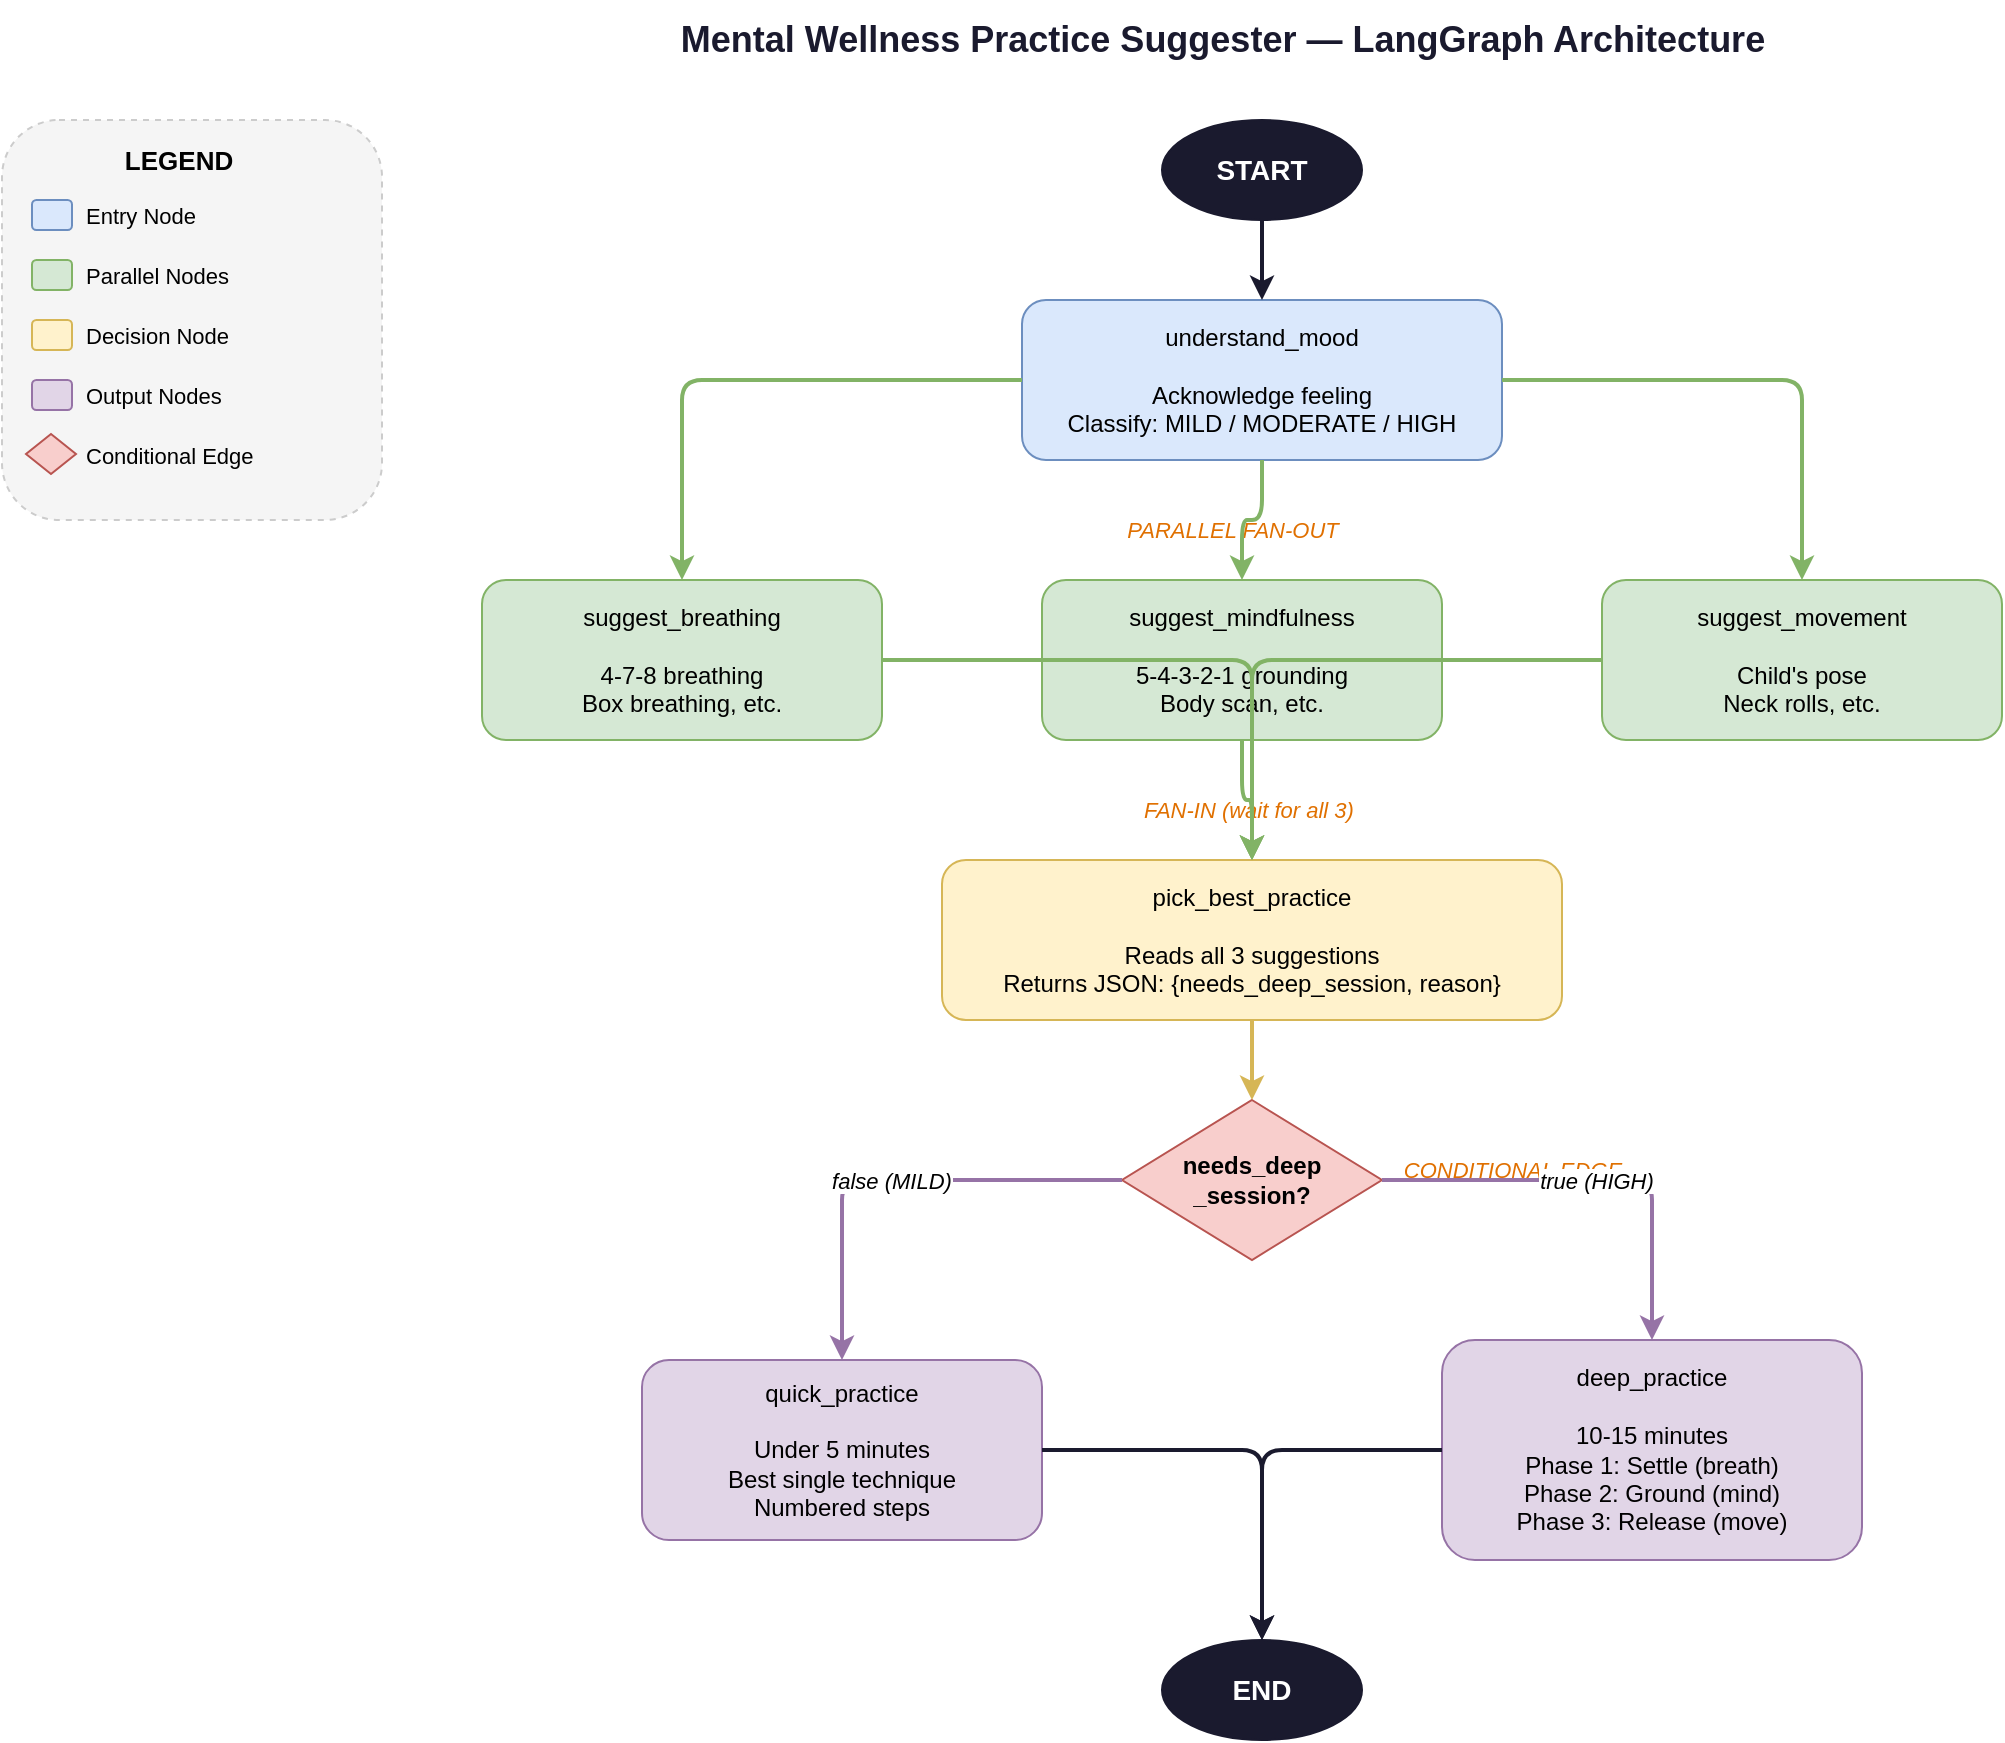
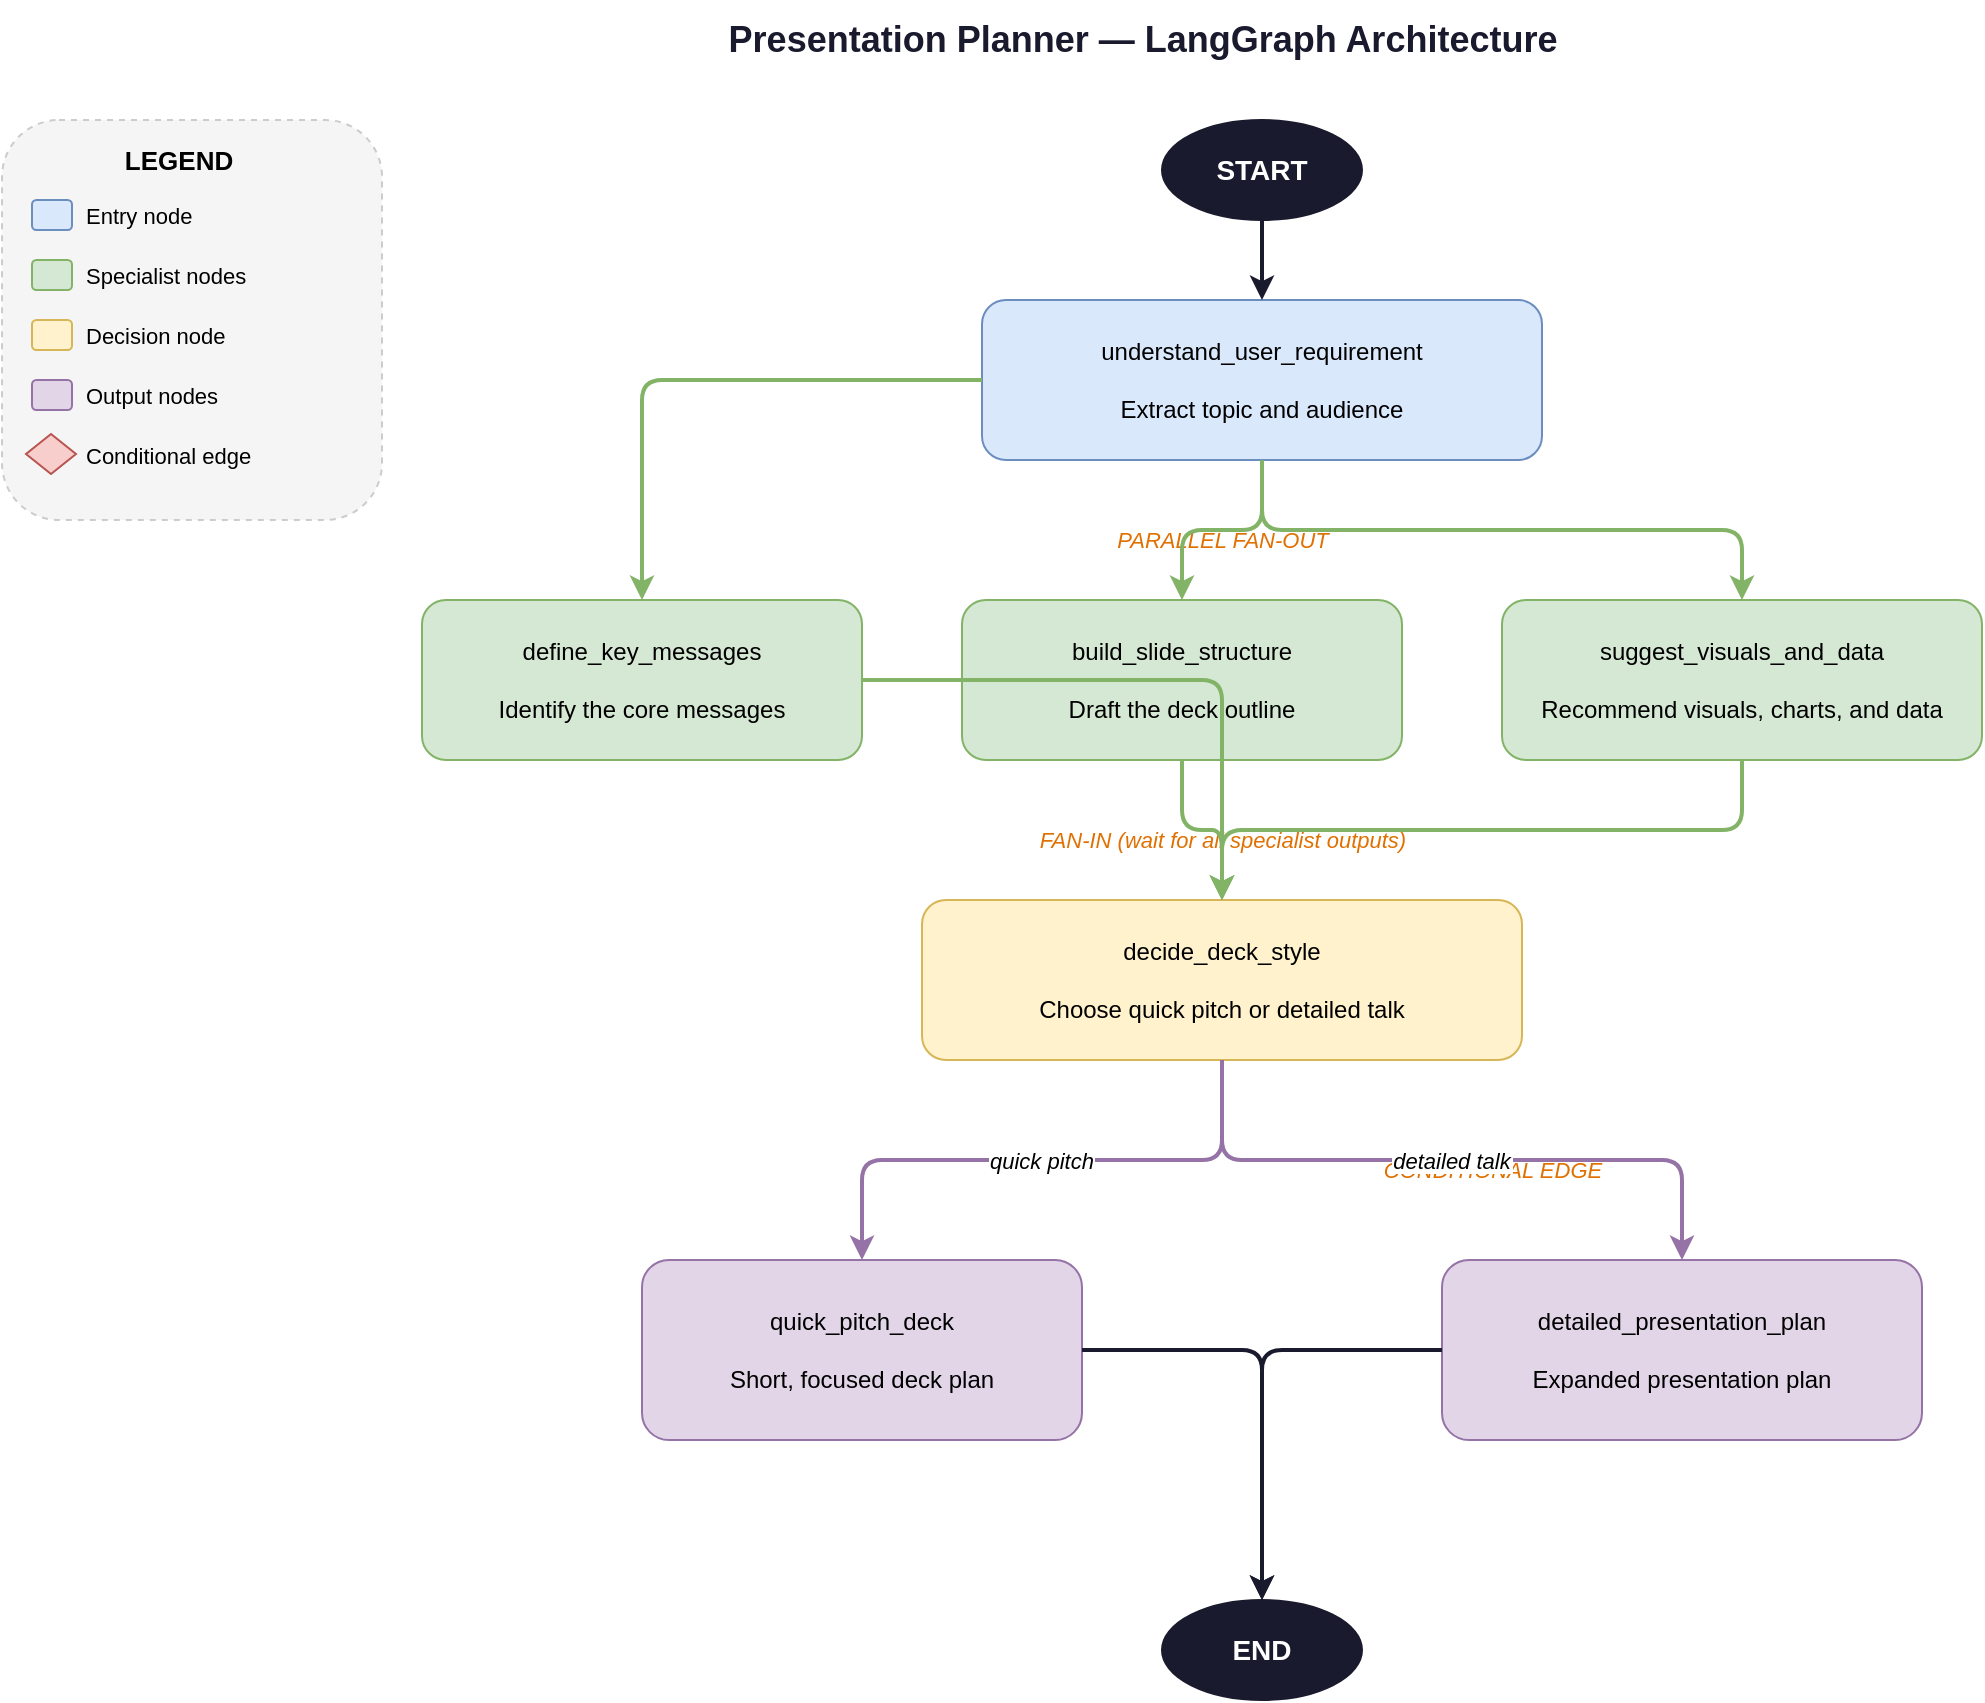
- <mxfile host="app.diagrams.net" modified="2026-03-21T12:00:00.000Z" agent="Claude" version="24.0.0" type="device">
-   <diagram id="mental-wellness-graph" name="Mental Wellness LangGraph">
-     <mxGraphModel dx="1200" dy="800" grid="1" gridSize="10" guides="1" tooltips="1" connect="1" arrows="1" fold="1" page="1" pageScale="1" pageWidth="1600" pageHeight="900" math="0" shadow="0">
+ <mxfile host="app.diagrams.net" modified="2026-06-24T00:00:00.000Z" agent="GitHub Copilot" version="24.0.0" type="device">
+   <diagram id="presentation-planner-graph" name="Presentation Planner LangGraph">
+     <mxGraphModel dx="1200" dy="900" grid="1" gridSize="10" guides="1" tooltips="1" connect="1" arrows="1" fold="1" page="1" pageScale="1" pageWidth="1600" pageHeight="900" math="0" shadow="0">
      <root>
        <mxCell id="0" />
        <mxCell id="1" parent="0" />

        <!-- Title -->
-         <mxCell id="title" value="Mental Wellness Practice Suggester — LangGraph Architecture" style="text;html=1;align=center;verticalAlign=middle;resizable=0;points=[];autosize=1;strokeColor=none;fillColor=none;fontSize=18;fontStyle=1;fontColor=#1a1a2e;" vertex="1" parent="1">
-           <mxGeometry x="400" y="20" width="500" height="40" as="geometry" />
+         <mxCell id="title" value="Presentation Planner — LangGraph Architecture" style="text;html=1;align=center;verticalAlign=middle;resizable=0;points=[];autosize=1;strokeColor=none;fillColor=none;fontSize=18;fontStyle=1;fontColor=#1a1a2e;" vertex="1" parent="1">
+           <mxGeometry x="400" y="20" width="420" height="40" as="geometry" />
        </mxCell>

-         <!-- START node -->
+         <!-- START -->
        <mxCell id="start" value="START" style="ellipse;whiteSpace=wrap;html=1;fillColor=#1a1a2e;fontColor=#ffffff;strokeColor=#1a1a2e;fontSize=14;fontStyle=1;" vertex="1" parent="1">
          <mxGeometry x="620" y="80" width="100" height="50" as="geometry" />
        </mxCell>

-         <!-- understand_mood -->
-         <mxCell id="mood" value="understand_mood&#xa;&#xa;Acknowledge feeling&#xa;Classify: MILD / MODERATE / HIGH" style="rounded=1;whiteSpace=wrap;html=1;fillColor=#dae8fc;strokeColor=#6c8ebf;fontSize=12;fontStyle=0;align=center;verticalAlign=middle;" vertex="1" parent="1">
-           <mxGeometry x="550" y="170" width="240" height="80" as="geometry" />
+         <!-- understand_user_requirement -->
+         <mxCell id="requirement" value="understand_user_requirement&#xa;&#xa;Extract topic and audience" style="rounded=1;whiteSpace=wrap;html=1;fillColor=#dae8fc;strokeColor=#6c8ebf;fontSize=12;align=center;verticalAlign=middle;" vertex="1" parent="1">
+           <mxGeometry x="530" y="170" width="280" height="80" as="geometry" />
        </mxCell>

-         <!-- Edge: START -> understand_mood -->
-         <mxCell id="e1" style="edgeStyle=orthogonalEdgeStyle;strokeColor=#1a1a2e;strokeWidth=2;" edge="1" source="start" target="mood" parent="1">
+         <mxCell id="e1" style="edgeStyle=orthogonalEdgeStyle;strokeColor=#1a1a2e;strokeWidth=2;" edge="1" source="start" target="requirement" parent="1">
          <mxGeometry relative="1" as="geometry" />
        </mxCell>

-         <!-- PARALLEL label -->
-         <mxCell id="par_label" value="PARALLEL FAN-OUT" style="text;html=1;align=center;verticalAlign=middle;resizable=0;points=[];autosize=1;strokeColor=none;fillColor=none;fontSize=11;fontStyle=2;fontColor=#e07000;" vertex="1" parent="1">
-           <mxGeometry x="590" y="270" width="130" height="30" as="geometry" />
+         <!-- Parallel label -->
+         <mxCell id="parallel_label" value="PARALLEL FAN-OUT" style="text;html=1;align=center;verticalAlign=middle;resizable=0;points=[];autosize=1;strokeColor=none;fillColor=none;fontSize=11;fontStyle=2;fontColor=#e07000;" vertex="1" parent="1">
+           <mxGeometry x="585" y="275" width="130" height="30" as="geometry" />
        </mxCell>

-         <!-- suggest_breathing -->
-         <mxCell id="breathing" value="suggest_breathing&#xa;&#xa;4-7-8 breathing&#xa;Box breathing, etc." style="rounded=1;whiteSpace=wrap;html=1;fillColor=#d5e8d4;strokeColor=#82b366;fontSize=12;align=center;" vertex="1" parent="1">
-           <mxGeometry x="280" y="310" width="200" height="80" as="geometry" />
+         <!-- define_key_messages -->
+         <mxCell id="key_messages" value="define_key_messages&#xa;&#xa;Identify the core messages" style="rounded=1;whiteSpace=wrap;html=1;fillColor=#d5e8d4;strokeColor=#82b366;fontSize=12;align=center;" vertex="1" parent="1">
+           <mxGeometry x="250" y="320" width="220" height="80" as="geometry" />
        </mxCell>

-         <!-- suggest_mindfulness -->
-         <mxCell id="mindfulness" value="suggest_mindfulness&#xa;&#xa;5-4-3-2-1 grounding&#xa;Body scan, etc." style="rounded=1;whiteSpace=wrap;html=1;fillColor=#d5e8d4;strokeColor=#82b366;fontSize=12;align=center;" vertex="1" parent="1">
-           <mxGeometry x="560" y="310" width="200" height="80" as="geometry" />
+         <!-- build_slide_structure -->
+         <mxCell id="slide_structure" value="build_slide_structure&#xa;&#xa;Draft the deck outline" style="rounded=1;whiteSpace=wrap;html=1;fillColor=#d5e8d4;strokeColor=#82b366;fontSize=12;align=center;" vertex="1" parent="1">
+           <mxGeometry x="520" y="320" width="220" height="80" as="geometry" />
        </mxCell>

-         <!-- suggest_movement -->
-         <mxCell id="movement" value="suggest_movement&#xa;&#xa;Child's pose&#xa;Neck rolls, etc." style="rounded=1;whiteSpace=wrap;html=1;fillColor=#d5e8d4;strokeColor=#82b366;fontSize=12;align=center;" vertex="1" parent="1">
-           <mxGeometry x="840" y="310" width="200" height="80" as="geometry" />
+         <!-- suggest_visuals_and_data -->
+         <mxCell id="visuals" value="suggest_visuals_and_data&#xa;&#xa;Recommend visuals, charts, and data" style="rounded=1;whiteSpace=wrap;html=1;fillColor=#d5e8d4;strokeColor=#82b366;fontSize=12;align=center;" vertex="1" parent="1">
+           <mxGeometry x="790" y="320" width="240" height="80" as="geometry" />
        </mxCell>

-         <!-- Edges: understand_mood -> 3 parallel nodes -->
-         <mxCell id="e2a" style="edgeStyle=orthogonalEdgeStyle;strokeColor=#82b366;strokeWidth=2;" edge="1" source="mood" target="breathing" parent="1">
+         <mxCell id="e2a" style="edgeStyle=orthogonalEdgeStyle;strokeColor=#82b366;strokeWidth=2;" edge="1" source="requirement" target="key_messages" parent="1">
          <mxGeometry relative="1" as="geometry" />
        </mxCell>
-         <mxCell id="e2b" style="edgeStyle=orthogonalEdgeStyle;strokeColor=#82b366;strokeWidth=2;" edge="1" source="mood" target="mindfulness" parent="1">
+         <mxCell id="e2b" style="edgeStyle=orthogonalEdgeStyle;strokeColor=#82b366;strokeWidth=2;" edge="1" source="requirement" target="slide_structure" parent="1">
          <mxGeometry relative="1" as="geometry" />
        </mxCell>
-         <mxCell id="e2c" style="edgeStyle=orthogonalEdgeStyle;strokeColor=#82b366;strokeWidth=2;" edge="1" source="mood" target="movement" parent="1">
+         <mxCell id="e2c" style="edgeStyle=orthogonalEdgeStyle;strokeColor=#82b366;strokeWidth=2;" edge="1" source="requirement" target="visuals" parent="1">
          <mxGeometry relative="1" as="geometry" />
        </mxCell>

-         <!-- FAN-IN label -->
-         <mxCell id="fan_label" value="FAN-IN (wait for all 3)" style="text;html=1;align=center;verticalAlign=middle;resizable=0;points=[];autosize=1;strokeColor=none;fillColor=none;fontSize=11;fontStyle=2;fontColor=#e07000;" vertex="1" parent="1">
-           <mxGeometry x="585" y="410" width="155" height="30" as="geometry" />
+         <!-- Fan-in label -->
+         <mxCell id="fan_label" value="FAN-IN (wait for all specialist outputs)" style="text;html=1;align=center;verticalAlign=middle;resizable=0;points=[];autosize=1;strokeColor=none;fillColor=none;fontSize=11;fontStyle=2;fontColor=#e07000;" vertex="1" parent="1">
+           <mxGeometry x="545" y="425" width="210" height="30" as="geometry" />
        </mxCell>

-         <!-- pick_best_practice -->
-         <mxCell id="pick" value="pick_best_practice&#xa;&#xa;Reads all 3 suggestions&#xa;Returns JSON: {needs_deep_session, reason}" style="rounded=1;whiteSpace=wrap;html=1;fillColor=#fff2cc;strokeColor=#d6b656;fontSize=12;align=center;" vertex="1" parent="1">
-           <mxGeometry x="510" y="450" width="310" height="80" as="geometry" />
+         <!-- decide_deck_style -->
+         <mxCell id="decision" value="decide_deck_style&#xa;&#xa;Choose quick pitch or detailed talk" style="rounded=1;whiteSpace=wrap;html=1;fillColor=#fff2cc;strokeColor=#d6b656;fontSize=12;align=center;" vertex="1" parent="1">
+           <mxGeometry x="500" y="470" width="300" height="80" as="geometry" />
        </mxCell>

-         <!-- Edges: 3 parallel -> pick_best_practice -->
-         <mxCell id="e3a" style="edgeStyle=orthogonalEdgeStyle;strokeColor=#82b366;strokeWidth=2;" edge="1" source="breathing" target="pick" parent="1">
+         <mxCell id="e3a" style="edgeStyle=orthogonalEdgeStyle;strokeColor=#82b366;strokeWidth=2;" edge="1" source="key_messages" target="decision" parent="1">
          <mxGeometry relative="1" as="geometry" />
        </mxCell>
-         <mxCell id="e3b" style="edgeStyle=orthogonalEdgeStyle;strokeColor=#82b366;strokeWidth=2;" edge="1" source="mindfulness" target="pick" parent="1">
+         <mxCell id="e3b" style="edgeStyle=orthogonalEdgeStyle;strokeColor=#82b366;strokeWidth=2;" edge="1" source="slide_structure" target="decision" parent="1">
          <mxGeometry relative="1" as="geometry" />
        </mxCell>
-         <mxCell id="e3c" style="edgeStyle=orthogonalEdgeStyle;strokeColor=#82b366;strokeWidth=2;" edge="1" source="movement" target="pick" parent="1">
+         <mxCell id="e3c" style="edgeStyle=orthogonalEdgeStyle;strokeColor=#82b366;strokeWidth=2;" edge="1" source="visuals" target="decision" parent="1">
          <mxGeometry relative="1" as="geometry" />
        </mxCell>

-         <!-- Conditional diamond -->
-         <mxCell id="diamond" value="needs_deep&#xa;_session?" style="rhombus;whiteSpace=wrap;html=1;fillColor=#f8cecc;strokeColor=#b85450;fontSize=12;fontStyle=1;" vertex="1" parent="1">
-           <mxGeometry x="600" y="570" width="130" height="80" as="geometry" />
+         <!-- Conditional edge label -->
+         <mxCell id="condition_label" value="CONDITIONAL EDGE" style="text;html=1;align=center;verticalAlign=middle;resizable=0;points=[];autosize=1;strokeColor=none;fillColor=none;fontSize=11;fontStyle=2;fontColor=#e07000;" vertex="1" parent="1">
+           <mxGeometry x="720" y="590" width="130" height="30" as="geometry" />
        </mxCell>

-         <!-- Edge: pick -> diamond -->
-         <mxCell id="e4" style="edgeStyle=orthogonalEdgeStyle;strokeColor=#d6b656;strokeWidth=2;" edge="1" source="pick" target="diamond" parent="1">
+         <!-- quick_pitch_deck -->
+         <mxCell id="quick" value="quick_pitch_deck&#xa;&#xa;Short, focused deck plan" style="rounded=1;whiteSpace=wrap;html=1;fillColor=#e1d5e7;strokeColor=#9673a6;fontSize=12;align=center;" vertex="1" parent="1">
+           <mxGeometry x="360" y="650" width="220" height="90" as="geometry" />
+         </mxCell>
+ 
+         <!-- detailed_presentation_plan -->
+         <mxCell id="detailed" value="detailed_presentation_plan&#xa;&#xa;Expanded presentation plan" style="rounded=1;whiteSpace=wrap;html=1;fillColor=#e1d5e7;strokeColor=#9673a6;fontSize=12;align=center;" vertex="1" parent="1">
+           <mxGeometry x="760" y="650" width="240" height="90" as="geometry" />
+         </mxCell>
+ 
+         <mxCell id="e4a" value="quick pitch" style="edgeStyle=orthogonalEdgeStyle;strokeColor=#9673a6;strokeWidth=2;fontSize=11;fontStyle=2;" edge="1" source="decision" target="quick" parent="1">
+           <mxGeometry relative="1" as="geometry" />
+         </mxCell>
+         <mxCell id="e4b" value="detailed talk" style="edgeStyle=orthogonalEdgeStyle;strokeColor=#9673a6;strokeWidth=2;fontSize=11;fontStyle=2;" edge="1" source="decision" target="detailed" parent="1">
          <mxGeometry relative="1" as="geometry" />
        </mxCell>

-         <!-- CONDITIONAL label -->
-         <mxCell id="cond_label" value="CONDITIONAL EDGE" style="text;html=1;align=center;verticalAlign=middle;resizable=0;points=[];autosize=1;strokeColor=none;fillColor=none;fontSize=11;fontStyle=2;fontColor=#e07000;" vertex="1" parent="1">
-           <mxGeometry x="730" y="590" width="130" height="30" as="geometry" />
+         <!-- END -->
+         <mxCell id="end" value="END" style="ellipse;whiteSpace=wrap;html=1;fillColor=#1a1a2e;fontColor=#ffffff;strokeColor=#1a1a2e;fontSize=14;fontStyle=1;" vertex="1" parent="1">
+           <mxGeometry x="620" y="820" width="100" height="50" as="geometry" />
        </mxCell>

-         <!-- quick_practice -->
-         <mxCell id="quick" value="quick_practice&#xa;&#xa;Under 5 minutes&#xa;Best single technique&#xa;Numbered steps" style="rounded=1;whiteSpace=wrap;html=1;fillColor=#e1d5e7;strokeColor=#9673a6;fontSize=12;align=center;" vertex="1" parent="1">
-           <mxGeometry x="360" y="700" width="200" height="90" as="geometry" />
-         </mxCell>
- 
-         <!-- deep_practice -->
-         <mxCell id="deep" value="deep_practice&#xa;&#xa;10-15 minutes&#xa;Phase 1: Settle (breath)&#xa;Phase 2: Ground (mind)&#xa;Phase 3: Release (move)" style="rounded=1;whiteSpace=wrap;html=1;fillColor=#e1d5e7;strokeColor=#9673a6;fontSize=12;align=center;" vertex="1" parent="1">
-           <mxGeometry x="760" y="690" width="210" height="110" as="geometry" />
-         </mxCell>
- 
-         <!-- Edges: diamond -> quick / deep -->
-         <mxCell id="e5a" value="false (MILD)" style="edgeStyle=orthogonalEdgeStyle;strokeColor=#9673a6;strokeWidth=2;fontSize=11;fontStyle=2;" edge="1" source="diamond" target="quick" parent="1">
+         <mxCell id="e5a" style="edgeStyle=orthogonalEdgeStyle;strokeColor=#1a1a2e;strokeWidth=2;" edge="1" source="quick" target="end" parent="1">
          <mxGeometry relative="1" as="geometry" />
        </mxCell>
-         <mxCell id="e5b" value="true (HIGH)" style="edgeStyle=orthogonalEdgeStyle;strokeColor=#9673a6;strokeWidth=2;fontSize=11;fontStyle=2;" edge="1" source="diamond" target="deep" parent="1">
+         <mxCell id="e5b" style="edgeStyle=orthogonalEdgeStyle;strokeColor=#1a1a2e;strokeWidth=2;" edge="1" source="detailed" target="end" parent="1">
          <mxGeometry relative="1" as="geometry" />
        </mxCell>

-         <!-- END node -->
-         <mxCell id="end" value="END" style="ellipse;whiteSpace=wrap;html=1;fillColor=#1a1a2e;fontColor=#ffffff;strokeColor=#1a1a2e;fontSize=14;fontStyle=1;" vertex="1" parent="1">
-           <mxGeometry x="620" y="840" width="100" height="50" as="geometry" />
-         </mxCell>
- 
-         <!-- Edges: quick/deep -> END -->
-         <mxCell id="e6a" style="edgeStyle=orthogonalEdgeStyle;strokeColor=#1a1a2e;strokeWidth=2;" edge="1" source="quick" target="end" parent="1">
-           <mxGeometry relative="1" as="geometry" />
-         </mxCell>
-         <mxCell id="e6b" style="edgeStyle=orthogonalEdgeStyle;strokeColor=#1a1a2e;strokeWidth=2;" edge="1" source="deep" target="end" parent="1">
-           <mxGeometry relative="1" as="geometry" />
-         </mxCell>
- 
-         <!-- Legend box -->
+         <!-- Legend -->
        <mxCell id="legend_bg" value="" style="rounded=1;whiteSpace=wrap;html=1;fillColor=#f5f5f5;strokeColor=#cccccc;dashed=1;" vertex="1" parent="1">
          <mxGeometry x="40" y="80" width="190" height="200" as="geometry" />
        </mxCell>
        <mxCell id="legend_title" value="LEGEND" style="text;html=1;align=center;verticalAlign=middle;resizable=0;points=[];autosize=1;strokeColor=none;fillColor=none;fontSize=13;fontStyle=1;" vertex="1" parent="1">
          <mxGeometry x="95" y="85" width="65" height="30" as="geometry" />
        </mxCell>
        <mxCell id="leg1" value="" style="rounded=1;whiteSpace=wrap;html=1;fillColor=#dae8fc;strokeColor=#6c8ebf;" vertex="1" parent="1">
          <mxGeometry x="55" y="120" width="20" height="15" as="geometry" />
        </mxCell>
-         <mxCell id="leg1t" value="Entry Node" style="text;html=1;align=left;verticalAlign=middle;resizable=0;points=[];autosize=1;strokeColor=none;fillColor=none;fontSize=11;" vertex="1" parent="1">
+         <mxCell id="leg1t" value="Entry node" style="text;html=1;align=left;verticalAlign=middle;resizable=0;points=[];autosize=1;strokeColor=none;fillColor=none;fontSize=11;" vertex="1" parent="1">
          <mxGeometry x="80" y="113" width="80" height="30" as="geometry" />
        </mxCell>
        <mxCell id="leg2" value="" style="rounded=1;whiteSpace=wrap;html=1;fillColor=#d5e8d4;strokeColor=#82b366;" vertex="1" parent="1">
          <mxGeometry x="55" y="150" width="20" height="15" as="geometry" />
        </mxCell>
-         <mxCell id="leg2t" value="Parallel Nodes" style="text;html=1;align=left;verticalAlign=middle;resizable=0;points=[];autosize=1;strokeColor=none;fillColor=none;fontSize=11;" vertex="1" parent="1">
-           <mxGeometry x="80" y="143" width="100" height="30" as="geometry" />
+         <mxCell id="leg2t" value="Specialist nodes" style="text;html=1;align=left;verticalAlign=middle;resizable=0;points=[];autosize=1;strokeColor=none;fillColor=none;fontSize=11;" vertex="1" parent="1">
+           <mxGeometry x="80" y="143" width="110" height="30" as="geometry" />
        </mxCell>
        <mxCell id="leg3" value="" style="rounded=1;whiteSpace=wrap;html=1;fillColor=#fff2cc;strokeColor=#d6b656;" vertex="1" parent="1">
          <mxGeometry x="55" y="180" width="20" height="15" as="geometry" />
        </mxCell>
-         <mxCell id="leg3t" value="Decision Node" style="text;html=1;align=left;verticalAlign=middle;resizable=0;points=[];autosize=1;strokeColor=none;fillColor=none;fontSize=11;" vertex="1" parent="1">
+         <mxCell id="leg3t" value="Decision node" style="text;html=1;align=left;verticalAlign=middle;resizable=0;points=[];autosize=1;strokeColor=none;fillColor=none;fontSize=11;" vertex="1" parent="1">
          <mxGeometry x="80" y="173" width="100" height="30" as="geometry" />
        </mxCell>
        <mxCell id="leg4" value="" style="rounded=1;whiteSpace=wrap;html=1;fillColor=#e1d5e7;strokeColor=#9673a6;" vertex="1" parent="1">
          <mxGeometry x="55" y="210" width="20" height="15" as="geometry" />
        </mxCell>
-         <mxCell id="leg4t" value="Output Nodes" style="text;html=1;align=left;verticalAlign=middle;resizable=0;points=[];autosize=1;strokeColor=none;fillColor=none;fontSize=11;" vertex="1" parent="1">
+         <mxCell id="leg4t" value="Output nodes" style="text;html=1;align=left;verticalAlign=middle;resizable=0;points=[];autosize=1;strokeColor=none;fillColor=none;fontSize=11;" vertex="1" parent="1">
          <mxGeometry x="80" y="203" width="90" height="30" as="geometry" />
        </mxCell>
        <mxCell id="leg5" value="" style="rhombus;whiteSpace=wrap;html=1;fillColor=#f8cecc;strokeColor=#b85450;" vertex="1" parent="1">
          <mxGeometry x="52" y="237" width="25" height="20" as="geometry" />
        </mxCell>
-         <mxCell id="leg5t" value="Conditional Edge" style="text;html=1;align=left;verticalAlign=middle;resizable=0;points=[];autosize=1;strokeColor=none;fillColor=none;fontSize=11;" vertex="1" parent="1">
+         <mxCell id="leg5t" value="Conditional edge" style="text;html=1;align=left;verticalAlign=middle;resizable=0;points=[];autosize=1;strokeColor=none;fillColor=none;fontSize=11;" vertex="1" parent="1">
          <mxGeometry x="80" y="233" width="110" height="30" as="geometry" />
        </mxCell>
- 
      </root>
    </mxGraphModel>
  </diagram>
</mxfile>
